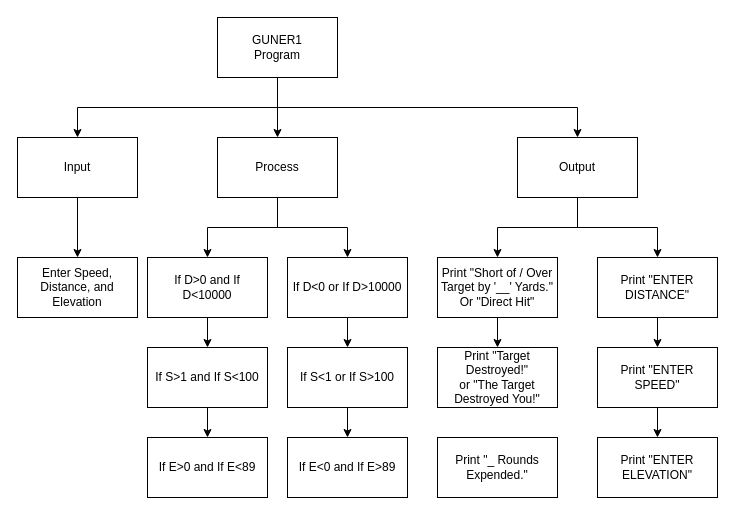
mitchell-hill/ICS4U-Assignment1-BASIC keeps this draw.io diagram as topdown.drawio. Above is the earlier version. Source tidied: cells renumbered, new cells numbered last; positions are measured from the earlier drawing's top-left corner, leaving out a move shared by most shapes. Both pictures are drawn from the tidied source at 100%, with x=0, y=0 at pixel (17, 17).
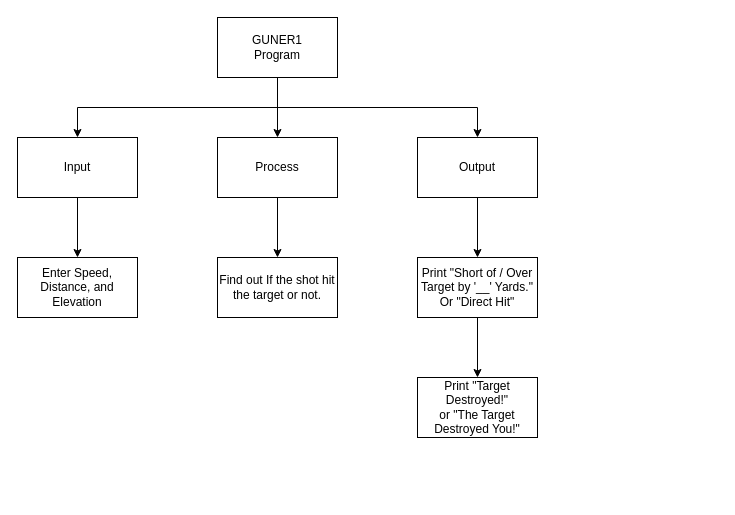
Above is the later version.

Commit message (it also covers changes not shown here):
Fixed GUNER1 program flowchart and topdown

Unchanged cells that the change refers to:
```xml
<mxCell id="13" value="Process" style="rounded=0;whiteSpace=wrap;html=1;" parent="1" vertex="1">
  <mxGeometry x="200" y="120" width="120" height="60" as="geometry" />
</mxCell>
```

Change to the diagram source:
```diff
@@
-    <mxCell id="7" style="edgeStyle=orthogonalEdgeStyle;rounded=0;html=1;exitX=0.5;exitY=1;exitDx=0;exitDy=0;entryX=0.5;entryY=0;entryDx=0;entryDy=0;" parent="1" edge="1" source="8" target="26">
-      <mxGeometry relative="1" as="geometry" />
-    </mxCell>
     <mxCell id="8" value="Output" style="rounded=0;whiteSpace=wrap;html=1;" parent="1" vertex="1">
-      <mxGeometry x="500" y="120" width="120" height="60" as="geometry" />
+      <mxGeometry x="400" y="120" width="120" height="60" as="geometry" />
     </mxCell>
@@
-    <mxCell id="11" style="edgeStyle=orthogonalEdgeStyle;rounded=0;html=1;exitX=0.5;exitY=1;exitDx=0;exitDy=0;entryX=0.5;entryY=0;entryDx=0;entryDy=0;" parent="1" edge="1" source="13" target="16">
-      <mxGeometry relative="1" as="geometry" />
-    </mxCell>
-    <mxCell id="12" style="edgeStyle=orthogonalEdgeStyle;rounded=0;html=1;exitX=0.5;exitY=1;exitDx=0;exitDy=0;entryX=0.5;entryY=0;entryDx=0;entryDy=0;" parent="1" edge="1" source="13" target="18">
-      <mxGeometry relative="1" as="geometry" />
-    </mxCell>
+    <mxCell id="34" style="edgeStyle=none;html=1;exitX=0.5;exitY=1;exitDx=0;exitDy=0;entryX=0.5;entryY=0;entryDx=0;entryDy=0;" parent="1" edge="1" source="13" target="33">
+      <mxGeometry relative="1" as="geometry" />
+    </mxCell>
@@
-    <mxCell id="15" style="edgeStyle=orthogonalEdgeStyle;rounded=0;html=1;exitX=0.5;exitY=1;exitDx=0;exitDy=0;entryX=0.5;entryY=0;entryDx=0;entryDy=0;" parent="1" edge="1" source="16" target="20">
-      <mxGeometry relative="1" as="geometry" />
-    </mxCell>
-    <mxCell id="16" value="If D&amp;gt;0 and If D&amp;lt;10000" style="rounded=0;whiteSpace=wrap;html=1;" parent="1" vertex="1">
-      <mxGeometry x="130" y="240" width="120" height="60" as="geometry" />
-    </mxCell>
-    <mxCell id="17" style="edgeStyle=orthogonalEdgeStyle;rounded=0;html=1;exitX=0.5;exitY=1;exitDx=0;exitDy=0;entryX=0.5;entryY=0;entryDx=0;entryDy=0;" parent="1" edge="1" source="18" target="23">
-      <mxGeometry relative="1" as="geometry" />
-    </mxCell>
-    <mxCell id="18" value="If D&amp;lt;0 or If D&amp;gt;10000" style="rounded=0;whiteSpace=wrap;html=1;" parent="1" vertex="1">
-      <mxGeometry x="270" y="240" width="120" height="60" as="geometry" />
-    </mxCell>
-    <mxCell id="19" style="edgeStyle=orthogonalEdgeStyle;rounded=0;html=1;exitX=0.5;exitY=1;exitDx=0;exitDy=0;entryX=0.5;entryY=0;entryDx=0;entryDy=0;" parent="1" edge="1" source="20" target="21">
-      <mxGeometry relative="1" as="geometry" />
-    </mxCell>
-    <mxCell id="20" value="If S&amp;gt;1 and If S&amp;lt;100" style="rounded=0;whiteSpace=wrap;html=1;" parent="1" vertex="1">
-      <mxGeometry x="130" y="330" width="120" height="60" as="geometry" />
-    </mxCell>
-    <mxCell id="21" value="If E&amp;gt;0 and If E&amp;lt;89" style="rounded=0;whiteSpace=wrap;html=1;" parent="1" vertex="1">
-      <mxGeometry x="130" y="420" width="120" height="60" as="geometry" />
-    </mxCell>
-    <mxCell id="22" style="edgeStyle=orthogonalEdgeStyle;rounded=0;html=1;exitX=0.5;exitY=1;exitDx=0;exitDy=0;entryX=0.5;entryY=0;entryDx=0;entryDy=0;" parent="1" edge="1" source="23" target="24">
-      <mxGeometry relative="1" as="geometry" />
-    </mxCell>
-    <mxCell id="23" value="If S&amp;lt;1 or If S&amp;gt;100" style="rounded=0;whiteSpace=wrap;html=1;" parent="1" vertex="1">
-      <mxGeometry x="270" y="330" width="120" height="60" as="geometry" />
-    </mxCell>
-    <mxCell id="24" value="If E&amp;lt;0 and If E&amp;gt;89" style="rounded=0;whiteSpace=wrap;html=1;" parent="1" vertex="1">
-      <mxGeometry x="270" y="420" width="120" height="60" as="geometry" />
-    </mxCell>
-    <mxCell id="25" style="edgeStyle=orthogonalEdgeStyle;rounded=0;html=1;exitX=0.5;exitY=1;exitDx=0;exitDy=0;entryX=0.5;entryY=0;entryDx=0;entryDy=0;" parent="1" edge="1" source="26" target="30">
-      <mxGeometry relative="1" as="geometry" />
-    </mxCell>
-    <mxCell id="26" value="Print &quot;ENTER DISTANCE&quot;" style="rounded=0;whiteSpace=wrap;html=1;" parent="1" vertex="1">
-      <mxGeometry x="580" y="240" width="120" height="60" as="geometry" />
-    </mxCell>
@@
     <mxCell id="28" value="Print &quot;Short of / Over Target by '__' Yards.&quot;&lt;br&gt;Or &quot;Direct Hit&quot;" style="rounded=0;whiteSpace=wrap;html=1;" parent="1" vertex="1">
-      <mxGeometry x="420" y="240" width="120" height="60" as="geometry" />
+      <mxGeometry x="400" y="240" width="120" height="60" as="geometry" />
     </mxCell>
-    <mxCell id="29" style="edgeStyle=orthogonalEdgeStyle;rounded=0;html=1;exitX=0.5;exitY=1;exitDx=0;exitDy=0;entryX=0.5;entryY=0;entryDx=0;entryDy=0;" parent="1" edge="1" source="30" target="31">
-      <mxGeometry relative="1" as="geometry" />
-    </mxCell>
-    <mxCell id="30" value="Print &quot;ENTER SPEED&quot;" style="rounded=0;whiteSpace=wrap;html=1;" parent="1" vertex="1">
-      <mxGeometry x="580" y="330" width="120" height="60" as="geometry" />
-    </mxCell>
-    <mxCell id="31" value="Print &quot;ENTER ELEVATION&quot;" style="rounded=0;whiteSpace=wrap;html=1;" parent="1" vertex="1">
-      <mxGeometry x="580" y="420" width="120" height="60" as="geometry" />
-    </mxCell>
     <mxCell id="32" value="Print &quot;Target Destroyed!&quot;&lt;br&gt;or &quot;The Target Destroyed You!&quot;" style="rounded=0;whiteSpace=wrap;html=1;" parent="1" vertex="1">
-      <mxGeometry x="420" y="330" width="120" height="60" as="geometry" />
+      <mxGeometry x="400" y="360" width="120" height="60" as="geometry" />
     </mxCell>
-    <mxCell id="33" value="Print &quot;_ Rounds Expended.&quot;" style="rounded=0;whiteSpace=wrap;html=1;" parent="1" vertex="1">
-      <mxGeometry x="420" y="420" width="120" height="60" as="geometry" />
+    <mxCell id="33" value="Find out If the shot hit the target or not." style="rounded=0;whiteSpace=wrap;html=1;" parent="1" vertex="1">
+      <mxGeometry x="200" y="240" width="120" height="60" as="geometry" />
     </mxCell>
```
